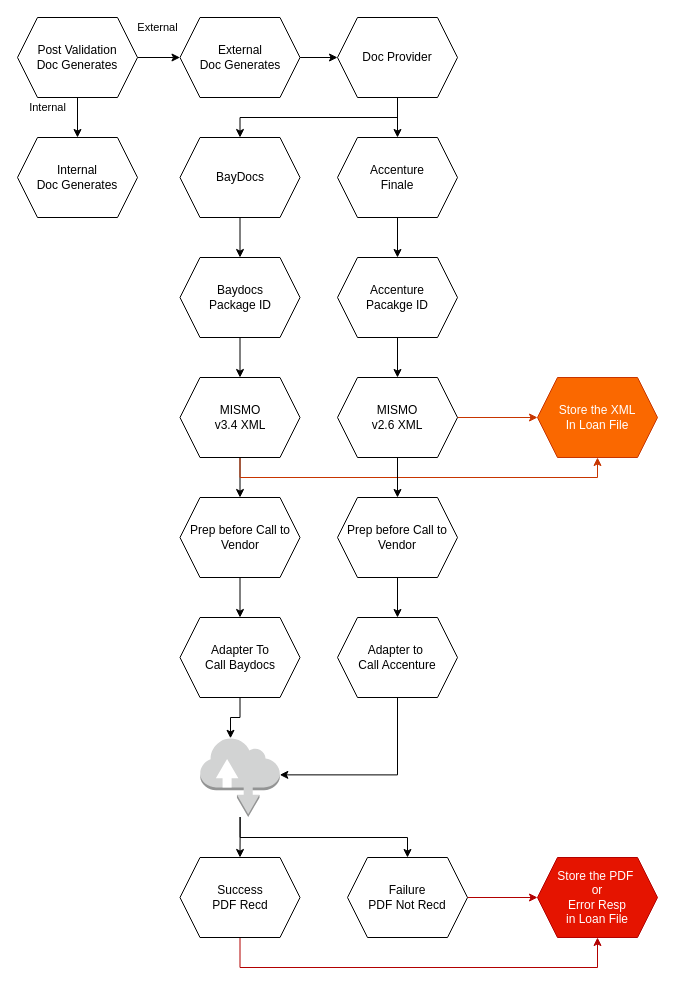
Above: DocGen.drawio in lhesnadeemshaikh/los (draw.io), before the change. Source tidied: cells renumbered, new cells numbered last; positions are measured from the earlier drawing's top-left corner, leaving out a move shared by most shapes. Both pictures are drawn from the tidied source at 100%, with x=0, y=0 at pixel (17, 17).
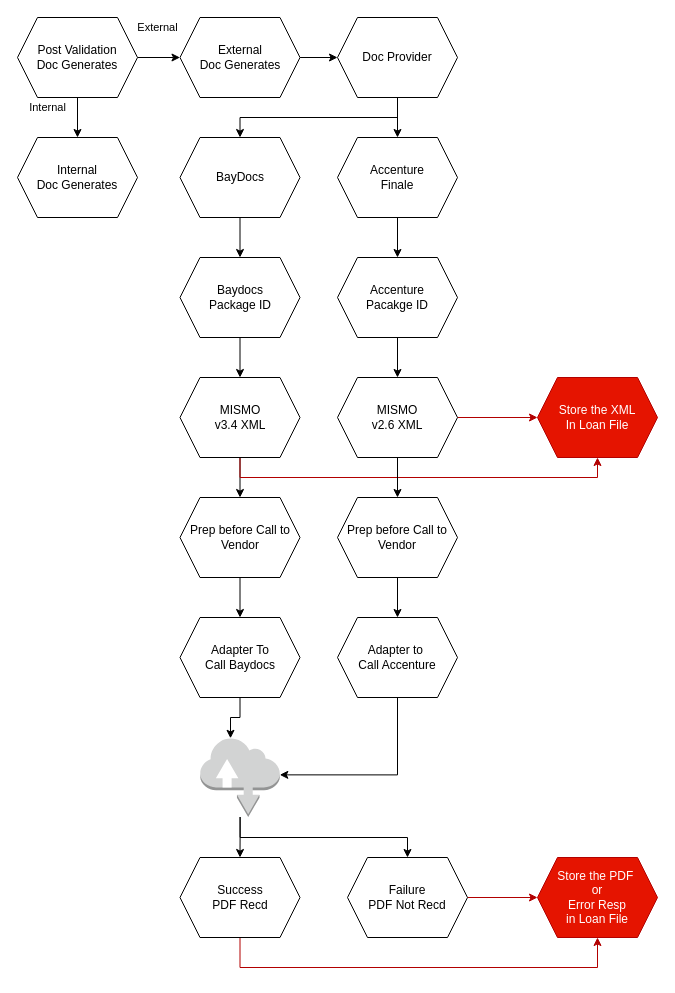
The same page after the edit.

Unchanged cells that the change refers to:
```xml
<mxCell id="21" value="MISMO&lt;br&gt;v3.4 XML" style="shape=hexagon;perimeter=hexagonPerimeter2;whiteSpace=wrap;html=1;fixedSize=1;" parent="1" vertex="1">
  <mxGeometry x="162.5" y="360" width="120" height="80" as="geometry" />
</mxCell>
<mxCell id="24" value="MISMO&lt;br&gt;v2.6 XML" style="shape=hexagon;perimeter=hexagonPerimeter2;whiteSpace=wrap;html=1;fixedSize=1;" parent="1" vertex="1">
  <mxGeometry x="320" y="360" width="120" height="80" as="geometry" />
</mxCell>
```

Change to the diagram source:
```diff
@@
-    <mxCell id="20" style="edgeStyle=orthogonalEdgeStyle;rounded=0;jettySize=auto;html=1;entryX=0.5;entryY=1;entryDx=0;entryDy=0;fillColor=#fa6800;strokeColor=#C73500;" parent="1" edge="1" source="21" target="40">
+    <mxCell id="20" style="edgeStyle=orthogonalEdgeStyle;rounded=0;jettySize=auto;html=1;entryX=0.5;entryY=1;entryDx=0;entryDy=0;fillColor=#e51400;strokeColor=#B20000;" parent="1" edge="1" source="21" target="40">
       <mxGeometry relative="1" as="geometry">
         <Array as="points">
           <mxPoint x="223" y="460" />
           <mxPoint x="580" y="460" />
         </Array>
       </mxGeometry>
     </mxCell>
@@
-    <mxCell id="23" style="edgeStyle=orthogonalEdgeStyle;rounded=0;jettySize=auto;html=1;fillColor=#fa6800;strokeColor=#C73500;" parent="1" edge="1" source="24" target="40">
+    <mxCell id="23" style="edgeStyle=orthogonalEdgeStyle;rounded=0;jettySize=auto;html=1;fillColor=#e51400;strokeColor=#B20000;" parent="1" edge="1" source="24" target="40">
       <mxGeometry relative="1" as="geometry" />
     </mxCell>
@@
-    <mxCell id="40" value="Store the XML&lt;br&gt;In Loan File" style="shape=hexagon;perimeter=hexagonPerimeter2;whiteSpace=wrap;html=1;fixedSize=1;fillColor=#fa6800;strokeColor=#C73500;fontColor=#ffffff;" parent="1" vertex="1">
+    <mxCell id="40" value="Store the XML&lt;br&gt;In Loan File" style="shape=hexagon;perimeter=hexagonPerimeter2;whiteSpace=wrap;html=1;fixedSize=1;fillColor=#e51400;strokeColor=#B20000;fontColor=#ffffff;" parent="1" vertex="1">
       <mxGeometry x="520" y="360" width="120" height="80" as="geometry" />
     </mxCell>
```
